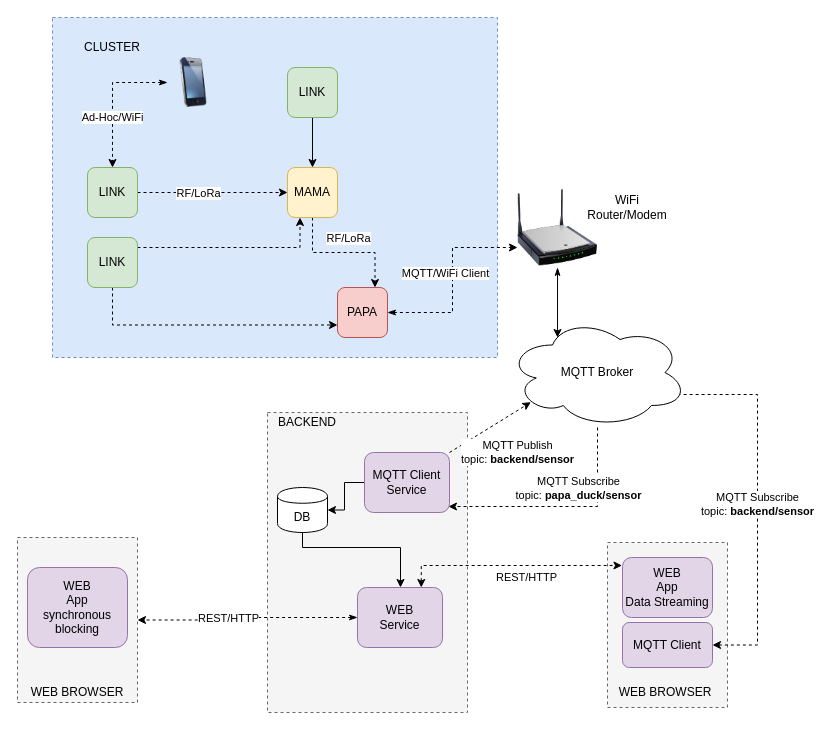
This is CDP-Diagram.drawio from amirna2/cdp-demo, a draw.io file, before an edit. Source tidied: cells renumbered, new cells numbered last; positions are measured from the earlier drawing's top-left corner, leaving out a move shared by most shapes. Both pictures are drawn from the tidied source at 100%, with x=0, y=0 at pixel (17, 17).
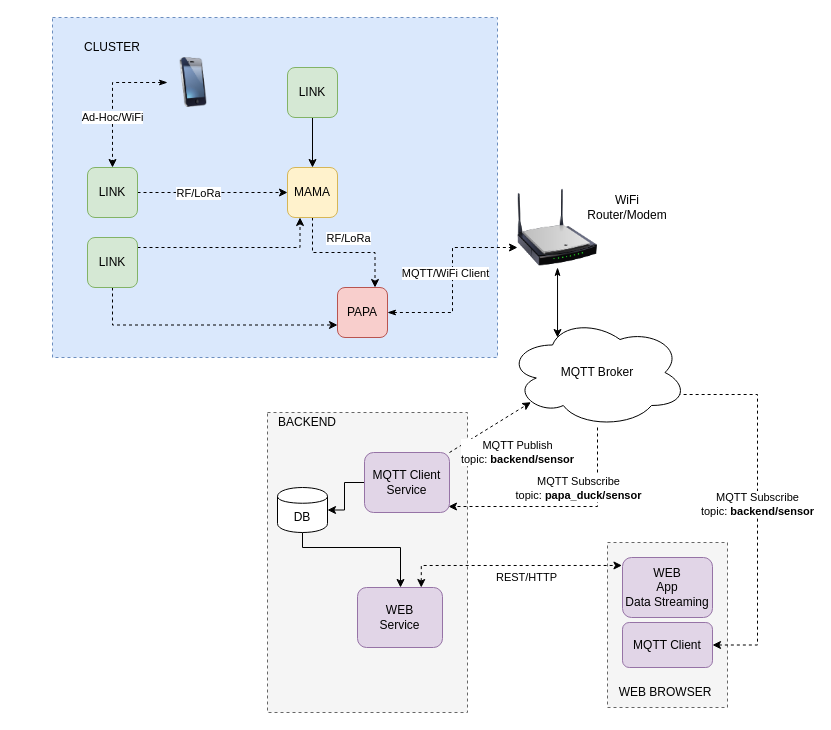
After the change.

Unchanged cells that the change refers to:
```xml
<mxCell id="29" value="WEB&lt;br&gt;Service" style="rounded=1;whiteSpace=wrap;html=1;fillColor=#e1d5e7;strokeColor=#9673a6;" parent="1" vertex="1">
  <mxGeometry x="340" y="570" width="85" height="60" as="geometry" />
</mxCell>
```

Diff of the diagram source:
```diff
@@
-    <mxCell id="4" style="rounded=0;whiteSpace=wrap;html=1;dashed=1;fillColor=#f5f5f5;strokeColor=#666666;fontColor=#333333;" parent="1" vertex="1">
-      <mxGeometry y="520" width="120" height="165" as="geometry" />
-    </mxCell>
@@
-    <mxCell id="25" style="edgeStyle=orthogonalEdgeStyle;rounded=0;jettySize=auto;html=1;startArrow=classicThin;startFill=1;dashed=1;" parent="1" edge="1" source="29" target="4">
-      <mxGeometry relative="1" as="geometry" />
-    </mxCell>
-    <mxCell id="26" value="REST/HTTP" style="edgeLabel;html=1;align=center;verticalAlign=middle;" parent="25" vertex="1">
-      <mxGeometry x="0.03" relative="1" as="geometry">
-        <mxPoint x="-17.5" y="-2.5" as="offset" />
-      </mxGeometry>
-    </mxCell>
@@
-    <mxCell id="30" value="WEB&lt;br&gt;App&lt;br&gt;synchronous&lt;br&gt;blocking" style="rounded=1;whiteSpace=wrap;html=1;fillColor=#e1d5e7;strokeColor=#9673a6;" parent="1" vertex="1">
-      <mxGeometry x="10" y="550" width="100" height="80" as="geometry" />
-    </mxCell>
@@
-    <mxCell id="32" value="WEB BROWSER" style="text;html=1;strokeColor=none;fillColor=none;align=center;verticalAlign=middle;whiteSpace=wrap;rounded=0;dashed=1;" parent="1" vertex="1">
-      <mxGeometry x="10" y="665" width="100" height="20" as="geometry" />
-    </mxCell>
```
